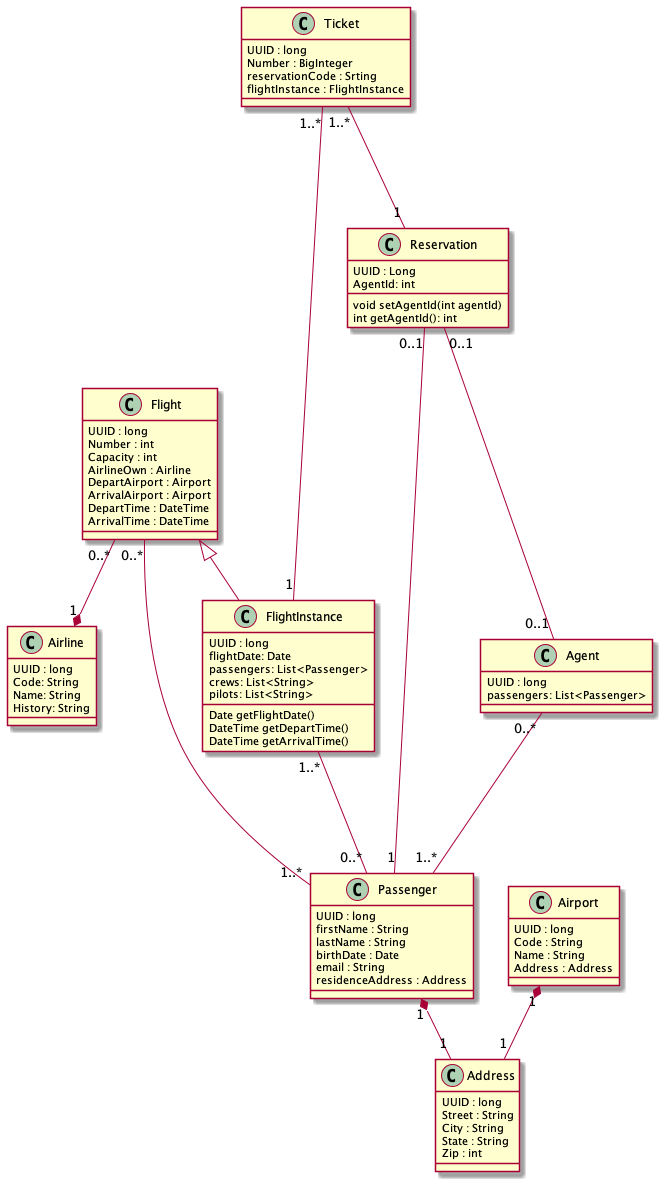
This is Diagrams/Uml/Project.png from AlperenElbasan/FlightReservationSystem, a PlantUML export, as it was before one commit.
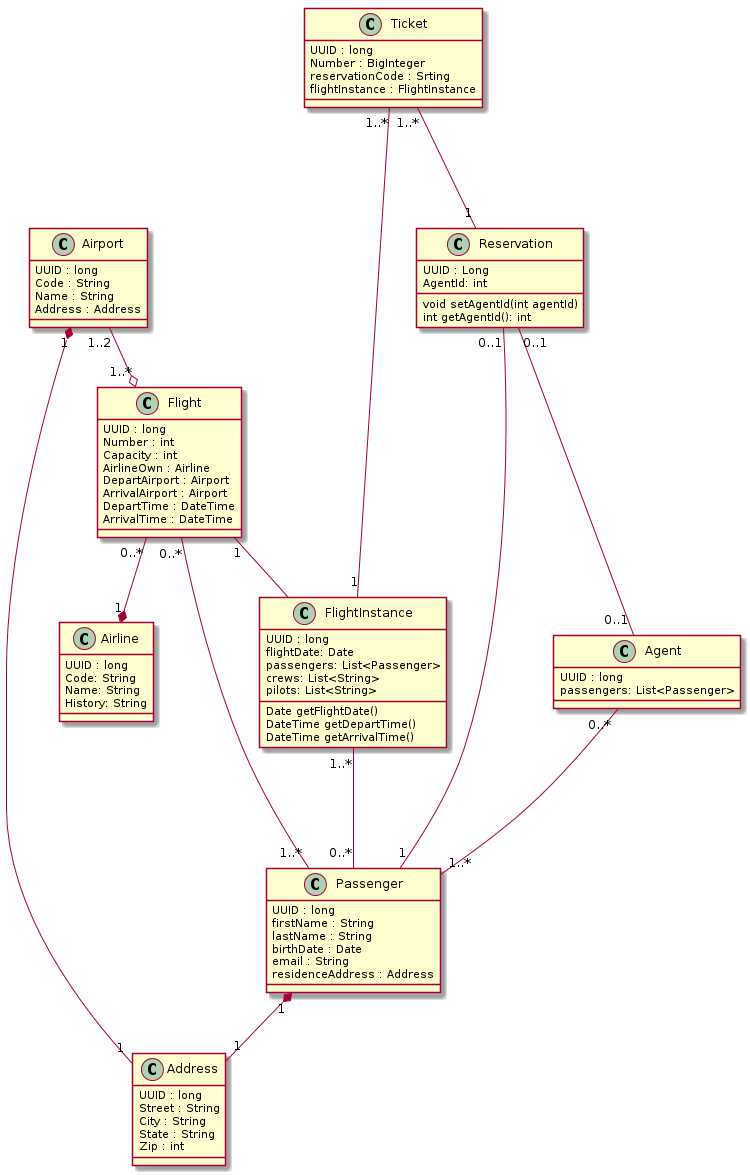
Above is the later version.

Diff of the diagram source:
```diff
@@ -1,5 +1,4 @@
 @startuml
-
 Class Airline {
     UUID : long
     Code: String
@@ -75,7 +74,7 @@
 
 Airport "1" *-- "1" Address
 Flight "0..*" --* "1" Airline
-Flight ^-- FlightInstance
+Flight "1"-- FlightInstance
 Passenger "1" *-- "1" Address
 
 Reservation "0..1" --- "1" Passenger
@@ -89,4 +88,5 @@
 
 FlightInstance "1..*" --- "0..*" Passenger
 
+Airport "1..2" --o "1..*" Flight
 @enduml
```
